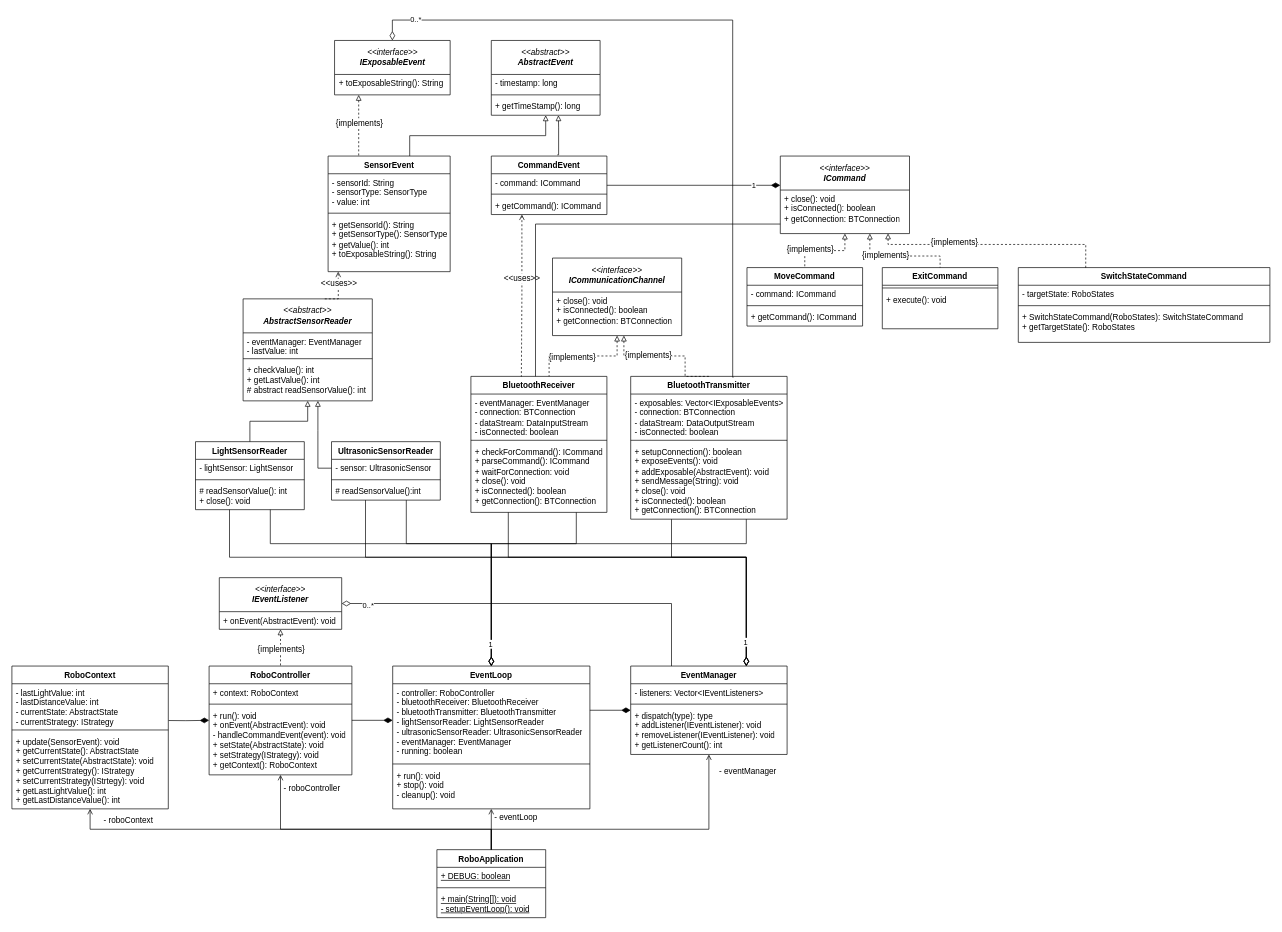
Before: assets/diagrams/class-diagram/core-class-diagram.drawio.xml in fh-dualies/lejos-nxj-autonomous-robot, a draw.io diagram. Source tidied: cells renumbered, new cells numbered last; positions are measured from the earlier drawing's top-left corner, leaving out a move shared by most shapes. Both pictures are drawn from the tidied source at 68%, with x=0, y=0 at pixel (12, 20).
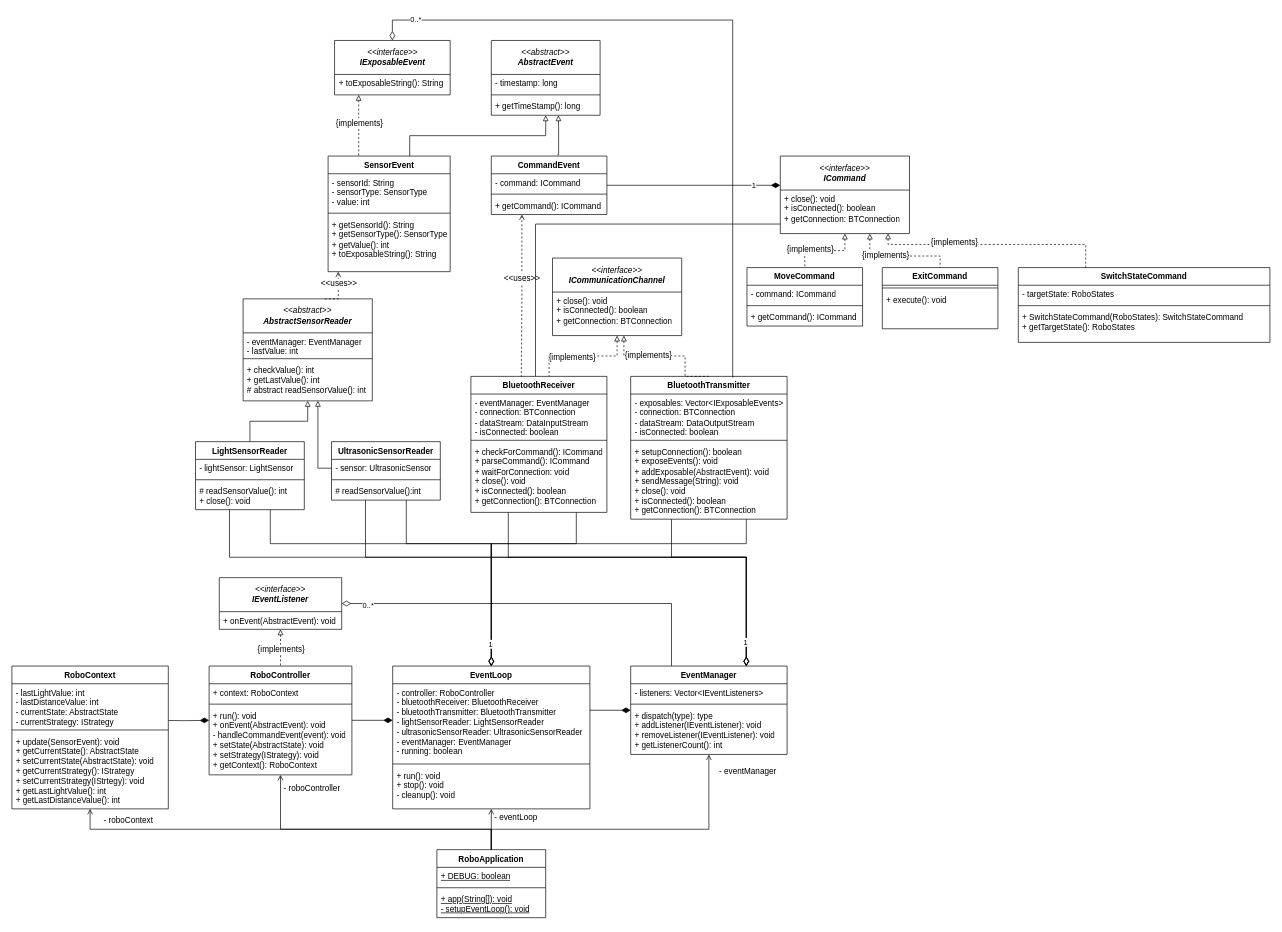
The same page after the edit.

Unchanged cells that the change refers to:
```xml
<mxCell id="2" value="RoboApplication" style="swimlane;fontStyle=1;align=center;verticalAlign=top;horizontal=1;startSize=26;whiteSpace=wrap;html=1;fillColor=none;" parent="1" vertex="1">
  <mxGeometry x="625" y="1220" width="160" height="100" as="geometry" />
</mxCell>
```

What changed in the source:
```diff
@@
-    <mxCell id="5" value="&lt;u&gt;+ main(String[]): void&lt;/u&gt;&lt;div&gt;&lt;u&gt;- setupEventLoop(): void&lt;/u&gt;&lt;/div&gt;" style="text;strokeColor=none;fillColor=none;align=left;verticalAlign=top;spacingLeft=4;spacingRight=4;overflow=hidden;whiteSpace=wrap;html=1;" parent="2" vertex="1">
+    <mxCell id="5" value="&lt;u&gt;+ app(String[]): void&lt;/u&gt;&lt;div&gt;&lt;u&gt;- setupEventLoop(): void&lt;/u&gt;&lt;/div&gt;" style="text;strokeColor=none;fillColor=none;align=left;verticalAlign=top;spacingLeft=4;spacingRight=4;overflow=hidden;whiteSpace=wrap;html=1;" parent="2" vertex="1">
       <mxGeometry y="60" width="160" height="40" as="geometry" />
     </mxCell>
```
